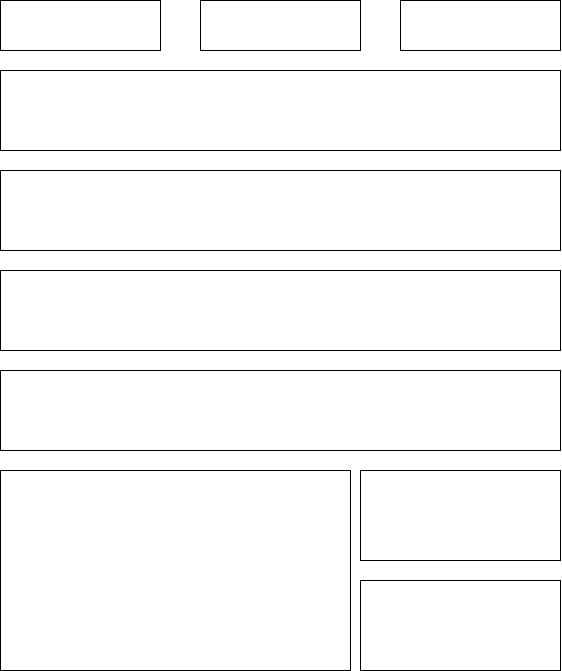
The draw.io diagram docs/assets/imagens/analises/representacao-grid.png in Interacao-Humano-Computador/2021.2-PrefeituraMunicipalItabuna, before a commit. Source tidied: cells renumbered, new cells last; positions are measured from the earlier drawing's top-left corner, leaving out a move shared by most shapes. Source of this version:
```xml
<mxGraphModel>
  <root>
    <mxCell id="0" />
    <mxCell id="1" parent="0" />
    <mxCell id="2" style="rounded=0;whiteSpace=wrap;html=1;" parent="1" vertex="1">
      <mxGeometry width="160" height="50" as="geometry" />
    </mxCell>
    <mxCell id="3" style="rounded=0;whiteSpace=wrap;html=1;" parent="1" vertex="1">
      <mxGeometry x="200" width="160" height="50" as="geometry" />
    </mxCell>
    <mxCell id="4" style="rounded=0;whiteSpace=wrap;html=1;" parent="1" vertex="1">
      <mxGeometry x="400" width="160" height="50" as="geometry" />
    </mxCell>
    <mxCell id="5" style="rounded=0;whiteSpace=wrap;html=1;" parent="1" vertex="1">
      <mxGeometry y="70" width="560" height="80" as="geometry" />
    </mxCell>
    <mxCell id="6" style="rounded=0;whiteSpace=wrap;html=1;" parent="1" vertex="1">
      <mxGeometry y="170" width="560" height="80" as="geometry" />
    </mxCell>
    <mxCell id="7" style="rounded=0;whiteSpace=wrap;html=1;" parent="1" vertex="1">
      <mxGeometry y="270" width="560" height="80" as="geometry" />
    </mxCell>
    <mxCell id="8" style="rounded=0;whiteSpace=wrap;html=1;" parent="1" vertex="1">
      <mxGeometry y="370" width="560" height="80" as="geometry" />
    </mxCell>
    <mxCell id="9" style="rounded=0;whiteSpace=wrap;html=1;" parent="1" vertex="1">
      <mxGeometry y="470" width="350" height="200" as="geometry" />
    </mxCell>
    <mxCell id="10" style="rounded=0;whiteSpace=wrap;html=1;" parent="1" vertex="1">
      <mxGeometry x="360" y="470" width="200" height="90" as="geometry" />
    </mxCell>
    <mxCell id="11" style="rounded=0;whiteSpace=wrap;html=1;" parent="1" vertex="1">
      <mxGeometry x="360" y="580" width="200" height="90" as="geometry" />
    </mxCell>
  </root>
</mxGraphModel>
```
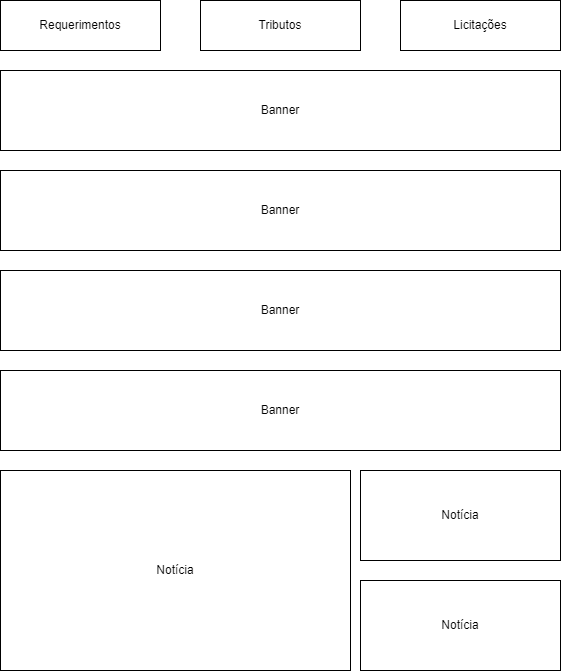
The same file after the commit.

Commit message:
consertando imagem do grid

What changed in the source:
```diff
@@ -2,34 +2,34 @@
   <root>
     <mxCell id="0" />
     <mxCell id="1" parent="0" />
-    <mxCell id="2" style="rounded=0;whiteSpace=wrap;html=1;" parent="1" vertex="1">
+    <mxCell id="2" value="Requerimentos" style="rounded=0;whiteSpace=wrap;html=1;" parent="1" vertex="1">
       <mxGeometry width="160" height="50" as="geometry" />
     </mxCell>
-    <mxCell id="3" style="rounded=0;whiteSpace=wrap;html=1;" parent="1" vertex="1">
+    <mxCell id="3" value="Tributos" style="rounded=0;whiteSpace=wrap;html=1;" parent="1" vertex="1">
       <mxGeometry x="200" width="160" height="50" as="geometry" />
     </mxCell>
-    <mxCell id="4" style="rounded=0;whiteSpace=wrap;html=1;" parent="1" vertex="1">
+    <mxCell id="4" value="Licitações" style="rounded=0;whiteSpace=wrap;html=1;" parent="1" vertex="1">
       <mxGeometry x="400" width="160" height="50" as="geometry" />
     </mxCell>
-    <mxCell id="5" style="rounded=0;whiteSpace=wrap;html=1;" parent="1" vertex="1">
+    <mxCell id="5" value="Banner" style="rounded=0;whiteSpace=wrap;html=1;" parent="1" vertex="1">
       <mxGeometry y="70" width="560" height="80" as="geometry" />
     </mxCell>
-    <mxCell id="6" style="rounded=0;whiteSpace=wrap;html=1;" parent="1" vertex="1">
+    <mxCell id="6" value="Banner" style="rounded=0;whiteSpace=wrap;html=1;" parent="1" vertex="1">
       <mxGeometry y="170" width="560" height="80" as="geometry" />
     </mxCell>
-    <mxCell id="7" style="rounded=0;whiteSpace=wrap;html=1;" parent="1" vertex="1">
+    <mxCell id="7" value="Banner" style="rounded=0;whiteSpace=wrap;html=1;" parent="1" vertex="1">
       <mxGeometry y="270" width="560" height="80" as="geometry" />
     </mxCell>
-    <mxCell id="8" style="rounded=0;whiteSpace=wrap;html=1;" parent="1" vertex="1">
+    <mxCell id="8" value="Banner" style="rounded=0;whiteSpace=wrap;html=1;" parent="1" vertex="1">
       <mxGeometry y="370" width="560" height="80" as="geometry" />
     </mxCell>
-    <mxCell id="9" style="rounded=0;whiteSpace=wrap;html=1;" parent="1" vertex="1">
+    <mxCell id="9" value="Notícia" style="rounded=0;whiteSpace=wrap;html=1;" parent="1" vertex="1">
       <mxGeometry y="470" width="350" height="200" as="geometry" />
     </mxCell>
-    <mxCell id="10" style="rounded=0;whiteSpace=wrap;html=1;" parent="1" vertex="1">
+    <mxCell id="10" value="&lt;span&gt;Notícia&lt;/span&gt;" style="rounded=0;whiteSpace=wrap;html=1;" parent="1" vertex="1">
       <mxGeometry x="360" y="470" width="200" height="90" as="geometry" />
     </mxCell>
-    <mxCell id="11" style="rounded=0;whiteSpace=wrap;html=1;" parent="1" vertex="1">
+    <mxCell id="11" value="&lt;span&gt;Notícia&lt;/span&gt;" style="rounded=0;whiteSpace=wrap;html=1;" parent="1" vertex="1">
       <mxGeometry x="360" y="580" width="200" height="90" as="geometry" />
     </mxCell>
   </root>
```
